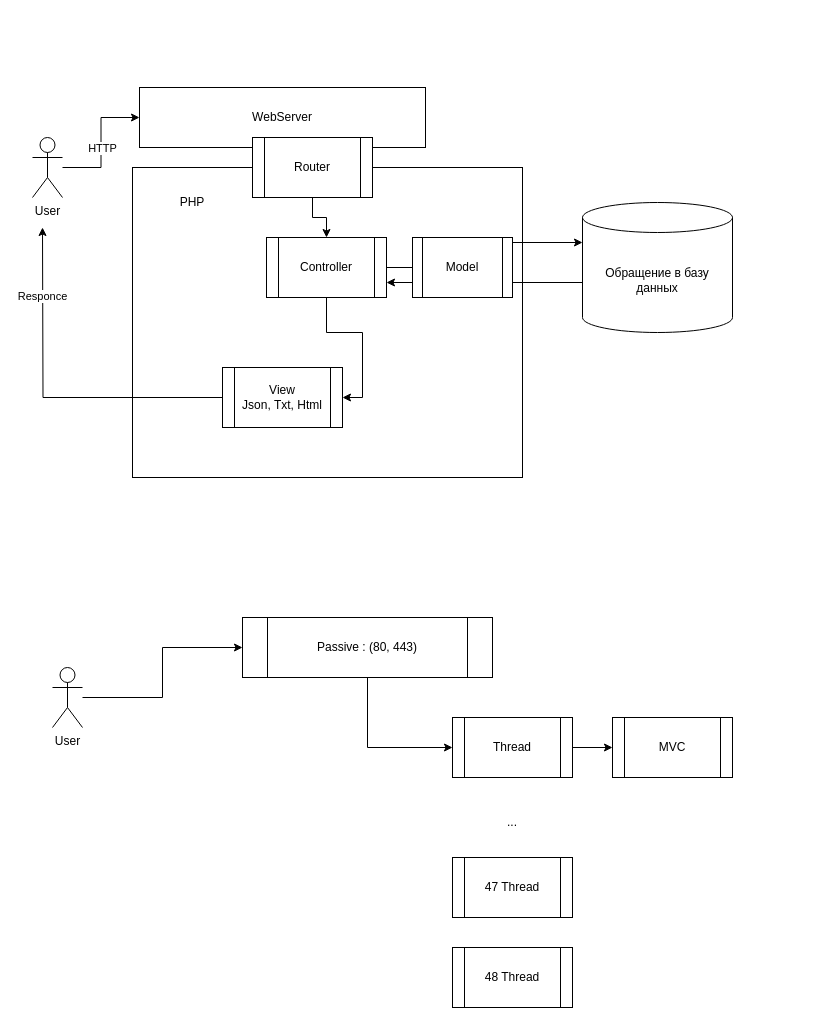
Before: page "Сторінка-1" (1 of 2) of Azure.drawio in ninydev/-121_-, a draw.io diagram. Source tidied: cells renumbered, new cells numbered last; positions are measured from the earlier drawing's top-left corner, leaving out a move shared by most shapes. Both pictures are drawn from the tidied source at 100%, with x=0, y=0 at pixel (32, 87).
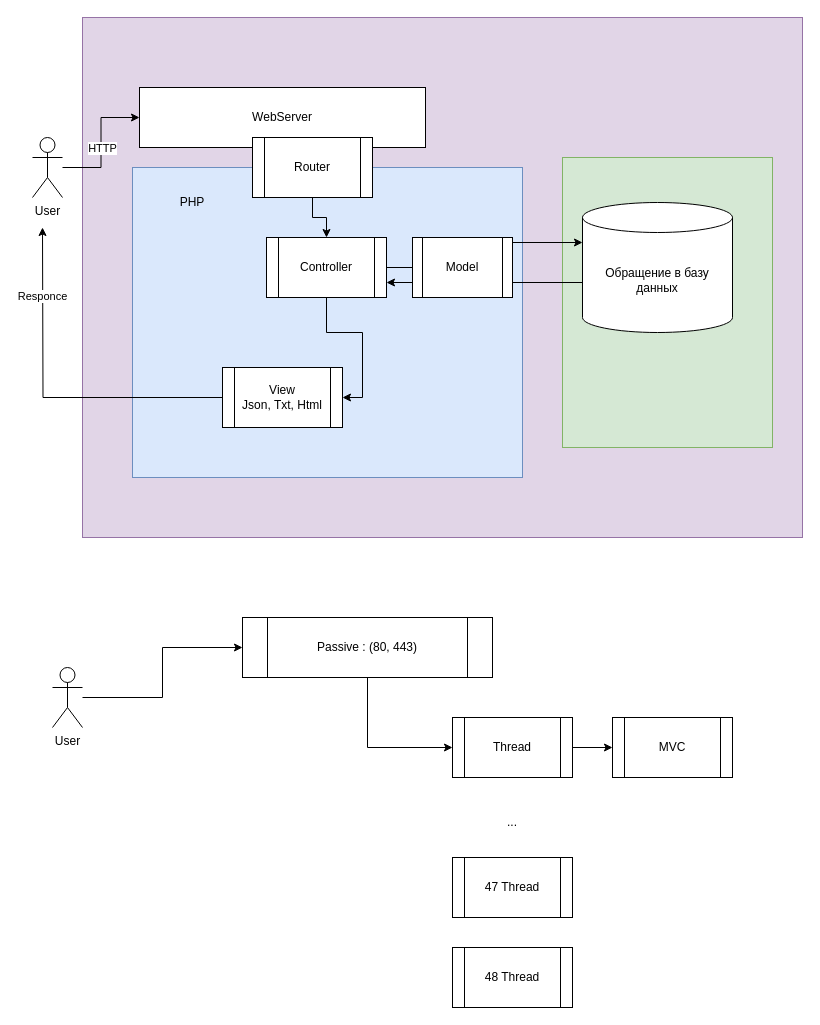
After the change.

Diff of the diagram source:
```diff
@@
+    <mxCell id="29" style="rounded=0;whiteSpace=wrap;html=1;fillColor=#e1d5e7;strokeColor=#9673a6;" parent="1" vertex="1">
+      <mxGeometry x="50" y="-70" width="720" height="520" as="geometry" />
+    </mxCell>
+    <mxCell id="30" style="rounded=0;whiteSpace=wrap;html=1;fillColor=#d5e8d4;strokeColor=#82b366;" parent="1" vertex="1">
+      <mxGeometry x="530" y="70" width="210" height="290" as="geometry" />
+    </mxCell>
@@
-    <mxCell id="3" style="rounded=0;whiteSpace=wrap;html=1;" parent="1" vertex="1">
+    <mxCell id="3" style="rounded=0;whiteSpace=wrap;html=1;fillColor=#dae8fc;strokeColor=#6c8ebf;" parent="1" vertex="1">
       <mxGeometry x="100" y="80" width="390" height="310" as="geometry" />
     </mxCell>
```
